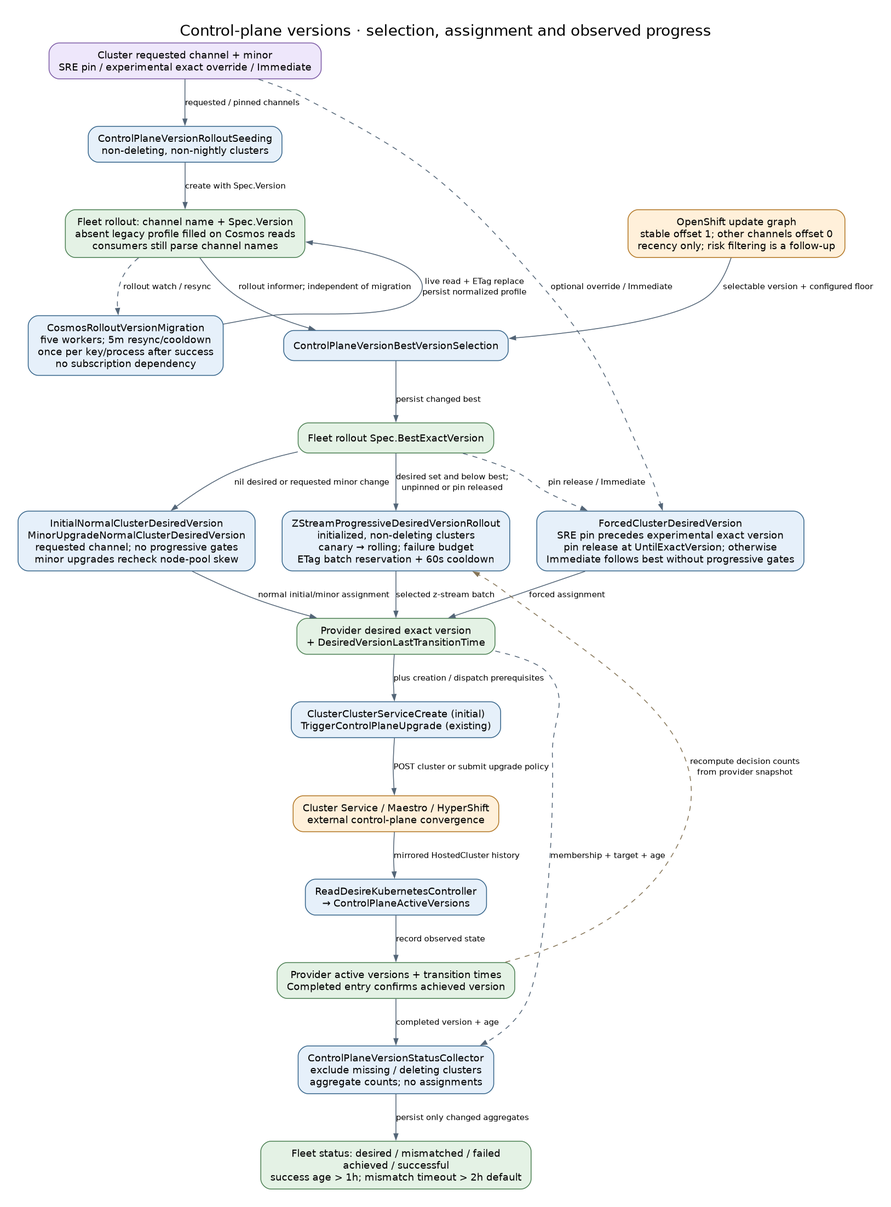
Earlier version of the Graphviz export docs/diagrams/controller-flows/control-plane-version-rollout.png (Azure/ARO-HCP). Its source is kept beside it as docs/diagrams/controller-flows/control-plane-version-rollout.dot. Its diagram source:
```dot
digraph control_plane_version_rollout {
  graph [rankdir=TB, bgcolor="white", pad="0.3", nodesep="0.45", ranksep="0.6", fontname="DejaVu Sans", fontsize=18, labelloc=t, label="Control-plane versions · selection, assignment and observed progress", dpi=110];
  node [shape=box, style="rounded,filled", fillcolor="#e6f0fa", color="#35648a", fontname="DejaVu Sans", fontsize=12, margin="0.16,0.10"];
  edge [color="#536577", fontname="DejaVu Sans", fontsize=10, arrowsize=0.7];
  request [label="Cluster requested channel + minor\nSRE pin / experimental exact override / Immediate", fillcolor="#eee7fb", color="#7b59a4"];
  seed [label="ControlPlaneVersionRolloutSeeding\nnon-deleting, non-nightly clusters"];
  rollout [label="Fleet rollout: channel name + Spec.Version\nabsent legacy profile filled on Cosmos reads\nconsumers still parse channel names", fillcolor="#e4f2e5", color="#4c8053"];
  migration [label="CosmosRolloutVersionMigration\nfive workers; 5m resync/cooldown\nonce per key/process after success\nno subscription dependency"];
  best [label="ControlPlaneVersionBestVersionSelection"];
  updategraph [label="OpenShift update graph\nstable offset 1; other channels offset 0\nrecency only; risk filtering is a follow-up", fillcolor="#fff0da", color="#b27624"];
  target [label="Fleet rollout Spec.BestExactVersion", fillcolor="#e4f2e5", color="#4c8053"];
  initial [label="InitialNormalClusterDesiredVersion\nMinorUpgradeNormalClusterDesiredVersion\nrequested channel; no progressive gates\nminor upgrades recheck node-pool skew"];
  normal [label="ZStreamProgressiveDesiredVersionRollout\ninitialized, non-deleting clusters\ncanary → rolling; failure budget\nETag batch reservation + 60s cooldown"];
  forced [label="ForcedClusterDesiredVersion\nSRE pin precedes experimental exact version\npin release at UntilExactVersion; otherwise\nImmediate follows best without progressive gates"];
  desired [label="Provider desired exact version\n+ DesiredVersionLastTransitionTime", fillcolor="#e4f2e5", color="#4c8053"];
  dispatch [label="ClusterClusterServiceCreate (initial)\nTriggerControlPlaneUpgrade (existing)"];
  external [label="Cluster Service / Maestro / HyperShift\nexternal control-plane convergence", fillcolor="#fff0da", color="#b27624"];
  observe [label="ReadDesireKubernetesController\n→ ControlPlaneActiveVersions"];
  history [label="Provider active versions + transition times\nCompleted entry confirms achieved version", fillcolor="#e4f2e5", color="#4c8053"];
  status [label="ControlPlaneVersionStatusCollector\nexclude missing / deleting clusters\naggregate counts; no assignments"];
  counts [label="Fleet status: desired / mismatched / failed\nachieved / successful\nsuccess age > 1h; mismatch timeout > 2h default", fillcolor="#e4f2e5", color="#4c8053"];
  request -> seed [label="requested / pinned channels"];
  seed -> rollout [label="create with Spec.Version"];
  rollout -> best [label="rollout informer; independent of migration"];
  rollout -> migration [label="rollout watch / resync", style=dashed];
  migration -> rollout [label="live read + ETag replace\npersist normalized profile", constraint=false];
  updategraph -> best [label="selectable version + configured floor"];
  best -> target [label="persist changed best"];
  target -> initial [label="nil desired or requested minor change"];
  target -> normal [label="desired set and below best;\nunpinned or pin released"];
  target -> forced [label="pin release / Immediate", style=dashed];
  request -> forced [label="optional override / Immediate", style=dashed, constraint=false];
  initial -> desired [label="normal initial/minor assignment"];
  normal -> desired [label="selected z-stream batch"];
  forced -> desired [label="forced assignment"];
  desired -> dispatch [label="plus creation / dispatch prerequisites"];
  dispatch -> external [label="POST cluster or submit upgrade policy"];
  external -> observe [label="mirrored HostedCluster history"];
  observe -> history [label="record observed state"];
  history -> status [label="completed version + age"];
  desired -> status [label="membership + target + age", style=dashed, constraint=false];
  status -> counts [label="persist only changed aggregates"];
  history -> normal [label="recompute decision counts\nfrom provider snapshot", style=dashed, color="#857456", constraint=false];
}
```
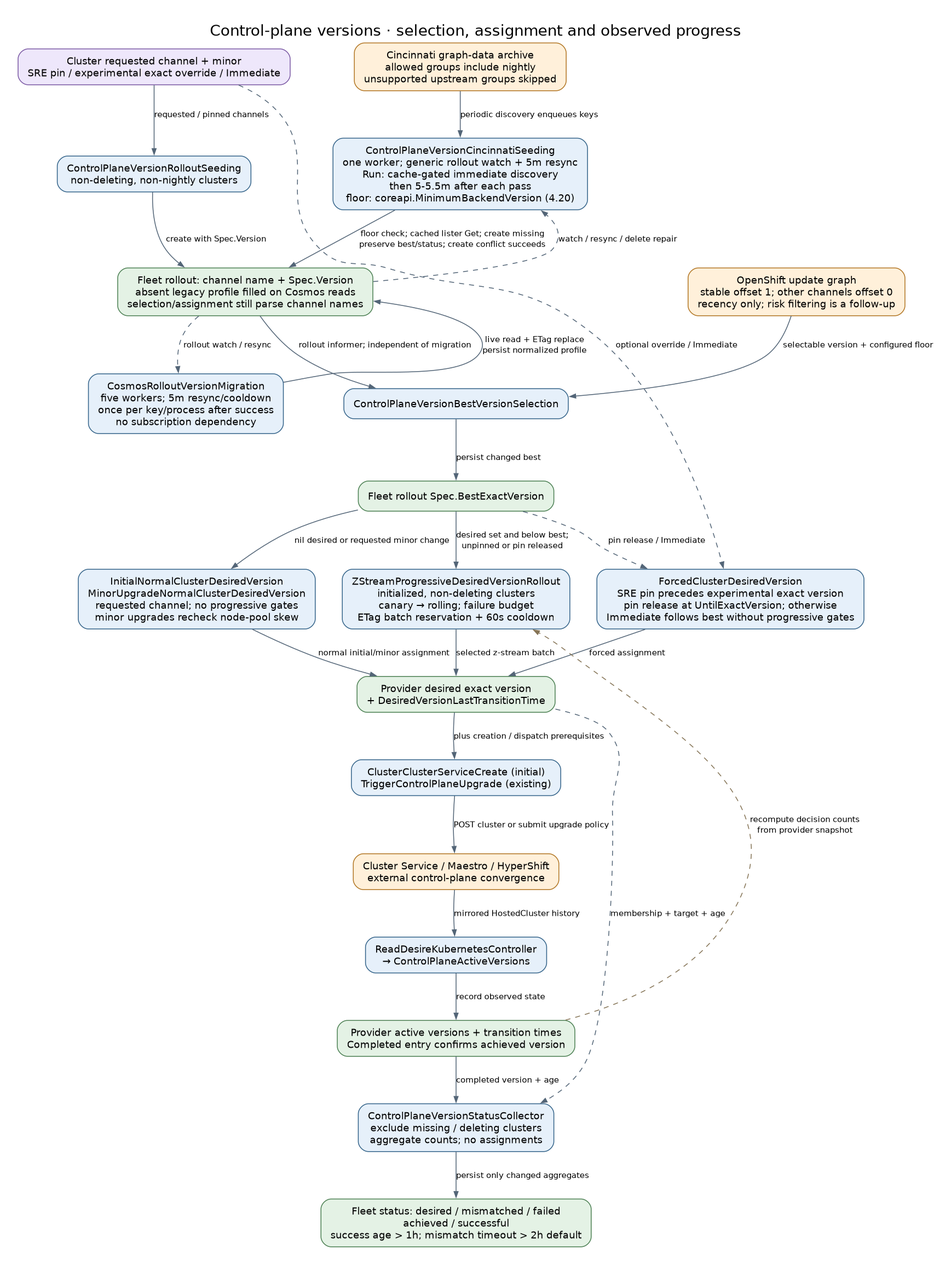
Later version of the same file.

Commit message:
feat: seed prospective rollouts with a standalone Cincinnati controller

Change to the diagram source:
```diff
@@ -4,7 +4,9 @@
   edge [color="#536577", fontname="DejaVu Sans", fontsize=10, arrowsize=0.7];
   request [label="Cluster requested channel + minor\nSRE pin / experimental exact override / Immediate", fillcolor="#eee7fb", color="#7b59a4"];
   seed [label="ControlPlaneVersionRolloutSeeding\nnon-deleting, non-nightly clusters"];
-  rollout [label="Fleet rollout: channel name + Spec.Version\nabsent legacy profile filled on Cosmos reads\nconsumers still parse channel names", fillcolor="#e4f2e5", color="#4c8053"];
+  discovery [label="Cincinnati graph-data archive\nallowed groups include nightly\nunsupported upstream groups skipped", fillcolor="#fff0da", color="#b27624"];
+  cincinnati [label="ControlPlaneVersionCincinnatiSeeding\none worker; generic rollout watch + 5m resync\nRun: cache-gated immediate discovery\nthen 5-5.5m after each pass\nfloor: coreapi.MinimumBackendVersion (4.20)"];
+  rollout [label="Fleet rollout: channel name + Spec.Version\nabsent legacy profile filled on Cosmos reads\nselection/assignment still parse channel names", fillcolor="#e4f2e5", color="#4c8053"];
   migration [label="CosmosRolloutVersionMigration\nfive workers; 5m resync/cooldown\nonce per key/process after success\nno subscription dependency"];
   best [label="ControlPlaneVersionBestVersionSelection"];
   updategraph [label="OpenShift update graph\nstable offset 1; other channels offset 0\nrecency only; risk filtering is a follow-up", fillcolor="#fff0da", color="#b27624"];
@@ -21,6 +23,9 @@
   counts [label="Fleet status: desired / mismatched / failed\nachieved / successful\nsuccess age > 1h; mismatch timeout > 2h default", fillcolor="#e4f2e5", color="#4c8053"];
   request -> seed [label="requested / pinned channels"];
   seed -> rollout [label="create with Spec.Version"];
+  discovery -> cincinnati [label="periodic discovery enqueues keys"];
+  cincinnati -> rollout [label="floor check; cached lister Get; create missing\npreserve best/status; create conflict succeeds"];
+  rollout -> cincinnati [label="watch / resync / delete repair", style=dashed, constraint=false];
   rollout -> best [label="rollout informer; independent of migration"];
   rollout -> migration [label="rollout watch / resync", style=dashed];
   migration -> rollout [label="live read + ETag replace\npersist normalized profile", constraint=false];
```
